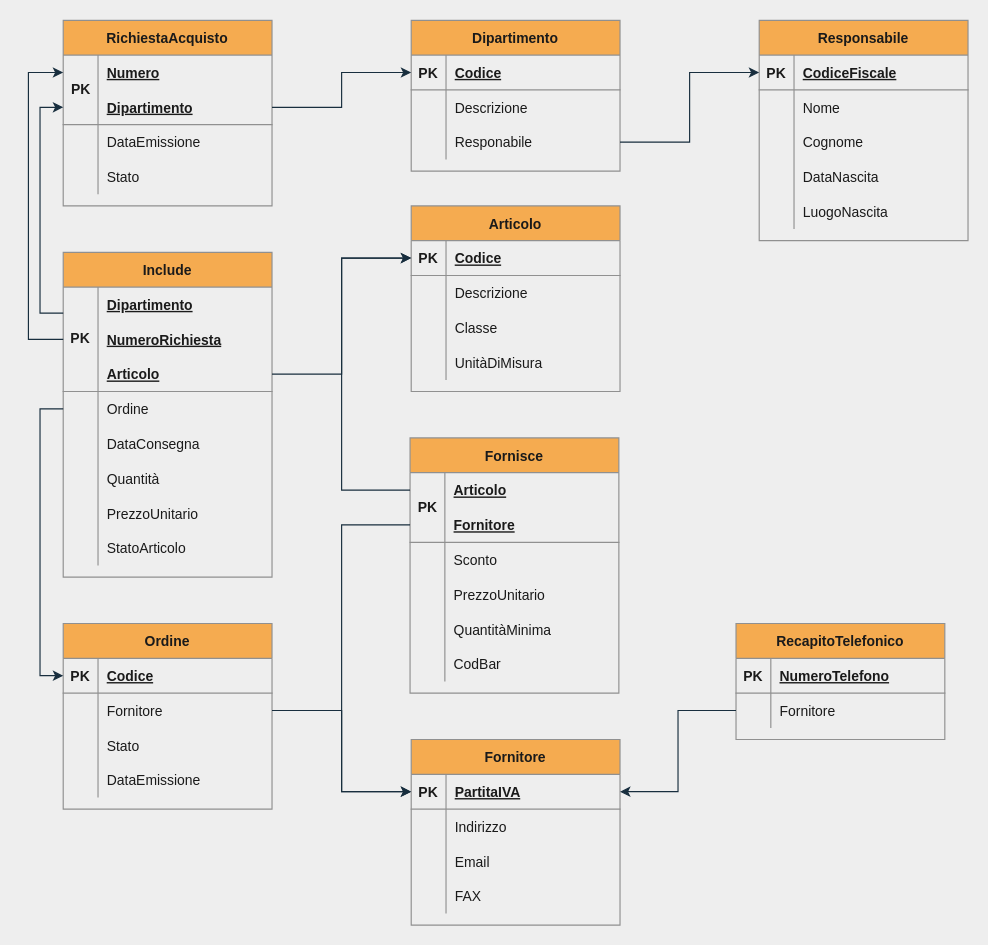
Above: Logical.drawio in FraBomba6/Progetto_BdD (draw.io), before the change. Source tidied: cells renumbered, new cells numbered last; positions are measured from the earlier drawing's top-left corner, leaving out a move shared by most shapes. Both pictures are drawn from the tidied source at 116%, with x=0, y=0 at pixel (28, 20).
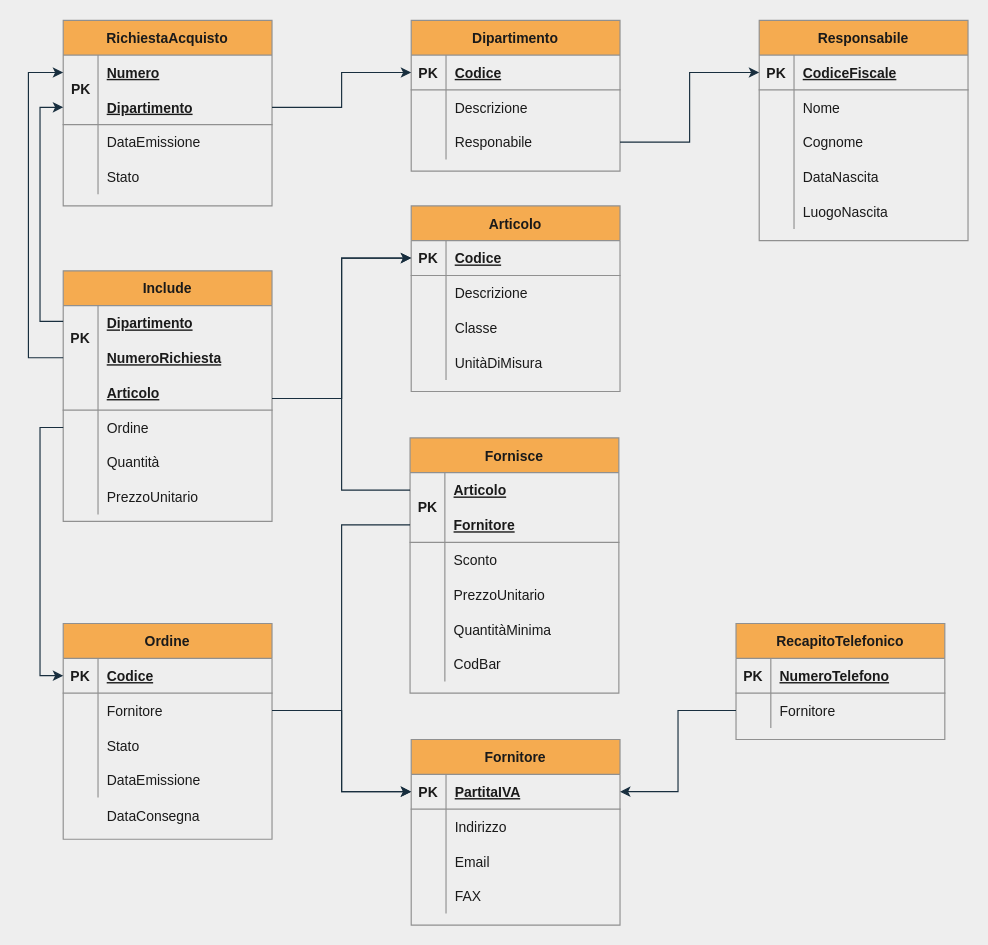
Above is the later version.

The change refers to these unchanged cells:
```xml
<mxCell id="42" value="PK" style="text;html=1;strokeColor=none;fillColor=none;align=center;verticalAlign=middle;rounded=0;fontStyle=1;fontColor=#1A1A1A;" parent="1" vertex="1">
  <mxGeometry x="30" y="30" width="30" height="60" as="geometry" />
</mxCell>
<mxCell id="51" style="shape=partialRectangle;fillColor=none;top=0;left=0;bottom=1;right=0;points=[[0,0.5],[1,0.5]];portConstraint=eastwest;strokeColor=#909090;fontColor=#1A1A1A;" parent="44" vertex="1">
  <mxGeometry y="90" width="180" height="30" as="geometry" />
</mxCell>
<mxCell id="70" style="shape=partialRectangle;fillColor=none;top=0;left=0;bottom=1;right=0;points=[[0,0.5],[1,0.5]];portConstraint=eastwest;strokeColor=#909090;fontColor=#1A1A1A;" parent="69" vertex="1">
  <mxGeometry y="30" width="180" height="30" as="geometry" />
</mxCell>
<mxCell id="116" value="&lt;b&gt;PK&lt;/b&gt;" style="text;html=1;strokeColor=none;fillColor=none;align=center;verticalAlign=middle;whiteSpace=wrap;rounded=0;fontColor=#1A1A1A;" parent="1" vertex="1">
  <mxGeometry x="30" y="230" width="30" height="90" as="geometry" />
</mxCell>
```

Change to the diagram source:
```diff
@@
     <mxCell id="44" value="Include" style="shape=table;startSize=30;childLayout=tableLayout;rowLines=0;fontStyle=1;align=center;fillColor=#F5AB50;strokeColor=#909090;fontColor=#1A1A1A;" parent="1" vertex="1">
-      <mxGeometry x="30" y="200" width="180" height="280" as="geometry" />
+      <mxGeometry x="30" y="216" width="180" height="216" as="geometry" />
     </mxCell>
@@
-    <mxCell id="57" style="shape=partialRectangle;fillColor=none;top=0;left=0;bottom=0;right=0;strokeColor=#909090;fontColor=#1A1A1A;" parent="44" vertex="1">
-      <mxGeometry y="150" width="180" height="30" as="geometry" />
-    </mxCell>
-    <mxCell id="58" style="shape=partialRectangle;fillColor=none;top=0;left=0;bottom=0;right=0;overflow=hidden;strokeColor=#909090;fontColor=#1A1A1A;" parent="57" vertex="1">
-      <mxGeometry width="30" height="30" as="geometry" />
-    </mxCell>
-    <mxCell id="59" value="DataConsegna" style="shape=partialRectangle;fillColor=none;top=0;left=0;bottom=0;right=0;align=left;spacingLeft=6;overflow=hidden;strokeColor=#909090;fontColor=#1A1A1A;" parent="57" vertex="1">
-      <mxGeometry x="30" width="150" height="30" as="geometry" />
-    </mxCell>
     <mxCell id="60" style="shape=partialRectangle;fillColor=none;top=0;left=0;bottom=0;right=0;strokeColor=#909090;fontColor=#1A1A1A;" parent="44" vertex="1">
-      <mxGeometry y="180" width="180" height="30" as="geometry" />
+      <mxGeometry y="150" width="180" height="30" as="geometry" />
     </mxCell>
@@
     <mxCell id="63" style="shape=partialRectangle;fillColor=none;top=0;left=0;bottom=0;right=0;strokeColor=#909090;fontColor=#1A1A1A;" parent="44" vertex="1">
-      <mxGeometry y="210" width="180" height="30" as="geometry" />
+      <mxGeometry y="180" width="180" height="30" as="geometry" />
     </mxCell>
@@
-    <mxCell id="66" style="shape=partialRectangle;fillColor=none;top=0;left=0;bottom=0;right=0;strokeColor=#909090;fontColor=#1A1A1A;" parent="44" vertex="1">
-      <mxGeometry y="240" width="180" height="30" as="geometry" />
-    </mxCell>
-    <mxCell id="67" style="shape=partialRectangle;fillColor=none;top=0;left=0;bottom=0;right=0;overflow=hidden;strokeColor=#909090;fontColor=#1A1A1A;" parent="66" vertex="1">
-      <mxGeometry width="30" height="30" as="geometry" />
-    </mxCell>
-    <mxCell id="68" value="StatoArticolo" style="shape=partialRectangle;fillColor=none;top=0;left=0;bottom=0;right=0;align=left;spacingLeft=6;overflow=hidden;strokeColor=#909090;fontColor=#1A1A1A;" parent="66" vertex="1">
-      <mxGeometry x="30" width="150" height="30" as="geometry" />
-    </mxCell>
@@
     <mxCell id="101" value="Ordine" style="shape=table;startSize=30;childLayout=tableLayout;rowLines=0;fontStyle=1;align=center;fillColor=#F5AB50;strokeColor=#909090;fontColor=#1A1A1A;" parent="1" vertex="1">
-      <mxGeometry x="30" y="520" width="180" height="160" as="geometry" />
+      <mxGeometry x="30" y="520" width="180" height="186" as="geometry" />
     </mxCell>
@@
-    <mxCell id="114" style="edgeStyle=orthogonalEdgeStyle;rounded=0;jettySize=auto;html=1;exitX=0;exitY=0.25;exitDx=0;exitDy=0;entryX=0;entryY=0.75;entryDx=0;entryDy=0;startArrow=none;startFill=0;endArrow=classic;endFill=1;labelBackgroundColor=#EEEEEE;strokeColor=#182E3E;fontColor=#1A1A1A;" parent="1" edge="1" source="116" target="42">
+    <mxCell id="114" style="edgeStyle=orthogonalEdgeStyle;rounded=0;jettySize=auto;html=1;exitX=-0.002;exitY=0.329;exitDx=0;exitDy=0;entryX=0;entryY=0.75;entryDx=0;entryDy=0;startArrow=none;startFill=0;endArrow=classic;endFill=1;labelBackgroundColor=#EEEEEE;strokeColor=#182E3E;fontColor=#1A1A1A;exitPerimeter=0;" parent="1" edge="1" source="116" target="42">
       <mxGeometry relative="1" as="geometry" />
     </mxCell>
-    <mxCell id="115" style="edgeStyle=orthogonalEdgeStyle;rounded=0;jettySize=auto;html=1;exitX=0;exitY=0.5;exitDx=0;exitDy=0;entryX=0;entryY=0.25;entryDx=0;entryDy=0;startArrow=none;startFill=0;endArrow=classic;endFill=1;labelBackgroundColor=#EEEEEE;strokeColor=#182E3E;fontColor=#1A1A1A;" parent="1" edge="1" source="116" target="42">
+    <mxCell id="115" style="edgeStyle=orthogonalEdgeStyle;rounded=0;jettySize=auto;html=1;exitX=-0.002;exitY=0.677;exitDx=0;exitDy=0;entryX=0;entryY=0.25;entryDx=0;entryDy=0;startArrow=none;startFill=0;endArrow=classic;endFill=1;labelBackgroundColor=#EEEEEE;strokeColor=#182E3E;fontColor=#1A1A1A;exitPerimeter=0;" parent="1" edge="1" source="116" target="42">
       <mxGeometry relative="1" as="geometry">
         <Array as="points">
-          <mxPoint y="275" />
+          <mxPoint y="291" />
           <mxPoint y="45" />
         </Array>
       </mxGeometry>
     </mxCell>
@@
-    <mxCell id="117" style="edgeStyle=orthogonalEdgeStyle;rounded=0;jettySize=auto;html=1;exitX=1;exitY=0.5;exitDx=0;exitDy=0;entryX=0;entryY=0.5;entryDx=0;entryDy=0;startArrow=none;startFill=0;endArrow=classic;endFill=1;labelBackgroundColor=#EEEEEE;strokeColor=#182E3E;fontColor=#1A1A1A;" parent="1" edge="1" source="51" target="70">
+    <mxCell id="117" style="edgeStyle=orthogonalEdgeStyle;rounded=0;jettySize=auto;html=1;entryX=0;entryY=0.5;entryDx=0;entryDy=0;startArrow=none;startFill=0;endArrow=classic;endFill=1;labelBackgroundColor=#EEEEEE;strokeColor=#182E3E;fontColor=#1A1A1A;" parent="1" edge="1" target="70">
       <mxGeometry relative="1" as="geometry">
+        <mxPoint x="210" y="326" as="sourcePoint" />
         <Array as="points">
-          <mxPoint x="270" y="305" />
+          <mxPoint x="210" y="326" />
+          <mxPoint x="270" y="326" />
           <mxPoint x="270" y="205" />
         </Array>
       </mxGeometry>
     </mxCell>
@@
+    <mxCell id="144" style="shape=partialRectangle;fillColor=none;top=0;left=0;bottom=0;right=0;overflow=hidden;strokeColor=#909090;fontColor=#1A1A1A;" parent="1" vertex="1">
+      <mxGeometry x="30" y="676" width="30" height="30" as="geometry" />
+    </mxCell>
+    <mxCell id="59" value="DataConsegna" style="shape=partialRectangle;fillColor=none;top=0;left=0;bottom=0;right=0;align=left;spacingLeft=6;overflow=hidden;strokeColor=#909090;fontColor=#1A1A1A;" parent="1" vertex="1">
+      <mxGeometry x="60" y="676" width="150" height="20" as="geometry" />
+    </mxCell>
```
